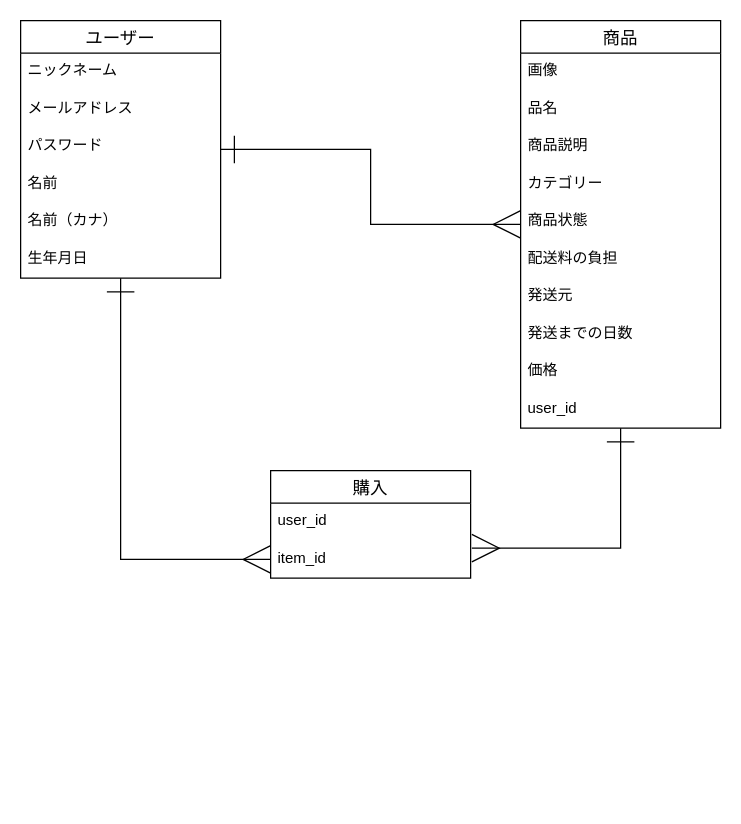
The draw.io diagram ER.dio in kawamatatakuya/furima-34881, before the edit. Source tidied: cells renumbered, new cells numbered last; positions are measured from the earlier drawing's top-left corner, leaving out a move shared by most shapes. Both pictures are drawn from the tidied source at 125%, with x=0, y=0 at pixel (20, 20).
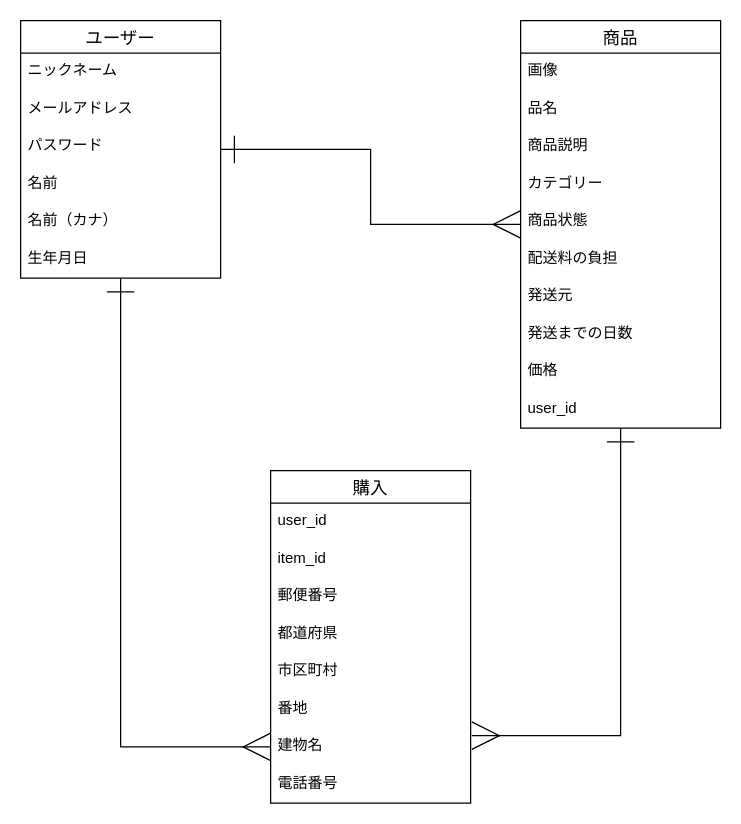
The same page after the edit.

Commit message (it also covers changes not shown here):
データーベース設計修正

What changed in the source:
```diff
@@
     <mxCell id="23" value="購入" style="swimlane;fontStyle=0;horizontal=1;startSize=26;align=center;fontSize=14;" parent="1" vertex="1">
-      <mxGeometry x="200" y="360" width="160" height="86" as="geometry" />
+      <mxGeometry x="200" y="360" width="160" height="266" as="geometry" />
     </mxCell>
@@
+    <mxCell id="26" value="item_id" style="text;strokeColor=none;fillColor=none;spacingLeft=4;spacingRight=4;overflow=hidden;fontSize=12;" parent="23" vertex="1">
+      <mxGeometry y="56" width="160" height="30" as="geometry" />
+    </mxCell>
+    <mxCell id="27" value="郵便番号" style="text;strokeColor=none;fillColor=none;spacingLeft=4;spacingRight=4;overflow=hidden;fontSize=12;" parent="23" vertex="1">
+      <mxGeometry y="86" width="160" height="30" as="geometry" />
+    </mxCell>
+    <mxCell id="28" value="都道府県" style="text;strokeColor=none;fillColor=none;spacingLeft=4;spacingRight=4;overflow=hidden;fontSize=12;" parent="23" vertex="1">
+      <mxGeometry y="116" width="160" height="30" as="geometry" />
+    </mxCell>
+    <mxCell id="29" value="市区町村" style="text;strokeColor=none;fillColor=none;spacingLeft=4;spacingRight=4;overflow=hidden;fontSize=12;" parent="23" vertex="1">
+      <mxGeometry y="146" width="160" height="30" as="geometry" />
+    </mxCell>
+    <mxCell id="30" value="番地" style="text;strokeColor=none;fillColor=none;spacingLeft=4;spacingRight=4;overflow=hidden;fontSize=12;" parent="23" vertex="1">
+      <mxGeometry y="176" width="160" height="30" as="geometry" />
+    </mxCell>
-    <mxCell id="25" value="item_id" style="text;strokeColor=none;fillColor=none;spacingLeft=4;spacingRight=4;overflow=hidden;points=[[0,0.5],[1,0.5]];portConstraint=eastwest;fontSize=12;" parent="23" vertex="1">
-      <mxGeometry y="56" width="160" height="30" as="geometry" />
+    <mxCell id="25" value="建物名" style="text;strokeColor=none;fillColor=none;spacingLeft=4;spacingRight=4;overflow=hidden;points=[[0,0.5],[1,0.5]];portConstraint=eastwest;fontSize=12;" parent="23" vertex="1">
+      <mxGeometry y="206" width="160" height="30" as="geometry" />
     </mxCell>
+    <mxCell id="31" value="電話番号" style="text;strokeColor=none;fillColor=none;spacingLeft=4;spacingRight=4;overflow=hidden;fontSize=12;" parent="23" vertex="1">
+      <mxGeometry y="236" width="160" height="30" as="geometry" />
+    </mxCell>
```
